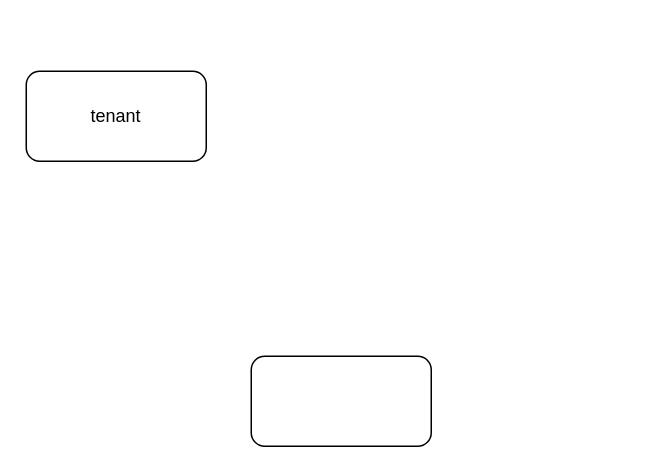
This is 未命名绘图.drawio from hanzhihua/webx.studio, a draw.io file, before an edit. Source tidied: cells renumbered, new cells numbered last; positions are measured from the earlier drawing's top-left corner, leaving out a move shared by most shapes. Both pictures are drawn from the tidied source at 150%, with x=0, y=0 at pixel (26, 70).
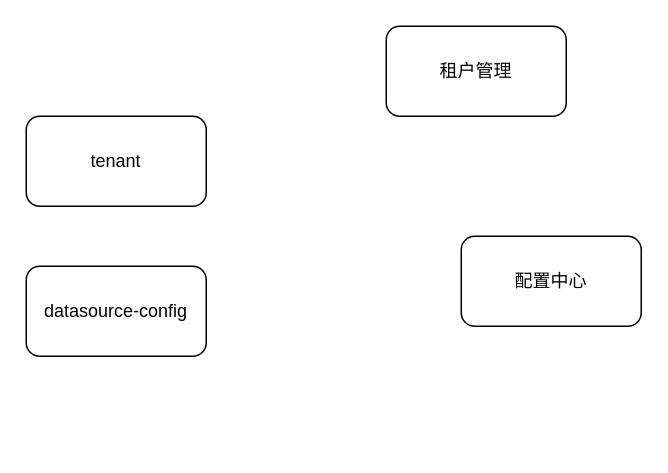
Above is the later version.

Change to the diagram source:
```diff
@@
 <mxGraphModel>
   <root>
     <mxCell id="0" />
     <mxCell id="1" parent="0" />
     <mxCell id="2" value="tenant" style="rounded=1;whiteSpace=wrap;html=1;" parent="1" vertex="1">
-      <mxGeometry width="120" height="60" as="geometry" />
+      <mxGeometry y="30" width="120" height="60" as="geometry" />
     </mxCell>
-    <mxCell id="3" style="rounded=1;whiteSpace=wrap;html=1;" parent="1" vertex="1">
-      <mxGeometry x="150" y="190" width="120" height="60" as="geometry" />
+    <mxCell id="3" value="配置中心" style="rounded=1;whiteSpace=wrap;html=1;" parent="1" vertex="1">
+      <mxGeometry x="290" y="110" width="120" height="60" as="geometry" />
     </mxCell>
+    <mxCell id="4" value="租户管理" style="rounded=1;whiteSpace=wrap;html=1;" parent="1" vertex="1">
+      <mxGeometry x="240" y="-30" width="120" height="60" as="geometry" />
+    </mxCell>
+    <mxCell id="5" value="datasource-config" style="rounded=1;whiteSpace=wrap;html=1;" parent="1" vertex="1">
+      <mxGeometry y="130" width="120" height="60" as="geometry" />
+    </mxCell>
   </root>
 </mxGraphModel>
```
